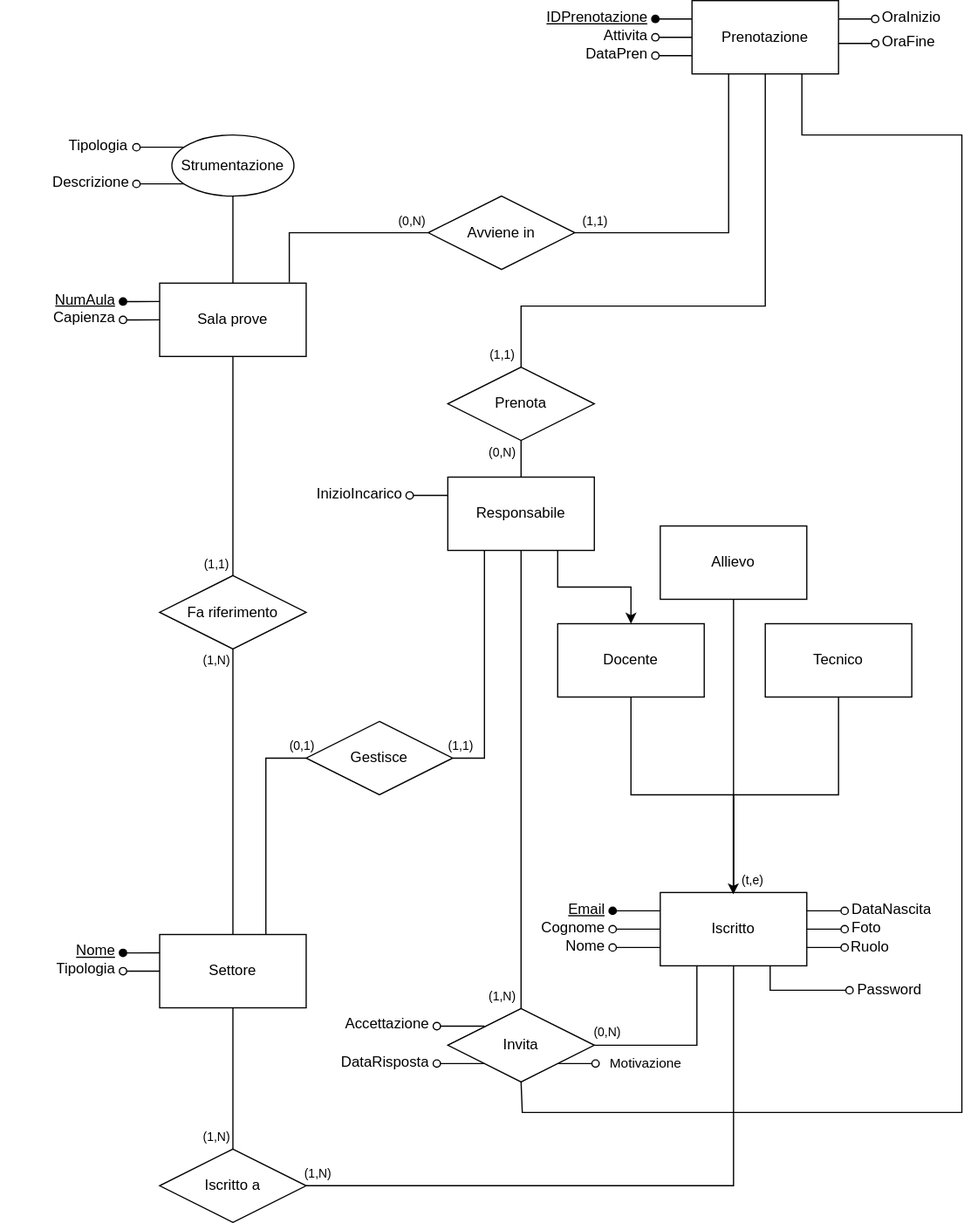
Before: schemiER/Schema-ER-NON-ristrutturato.svg, a diagram exported from draw.io (pirvllv/PWeb-Project_25-26_Ancri-Piralla-Suanno). Source tidied: cells renumbered, new cells last; positions are measured from the earlier drawing's top-left corner, leaving out a move shared by most shapes.
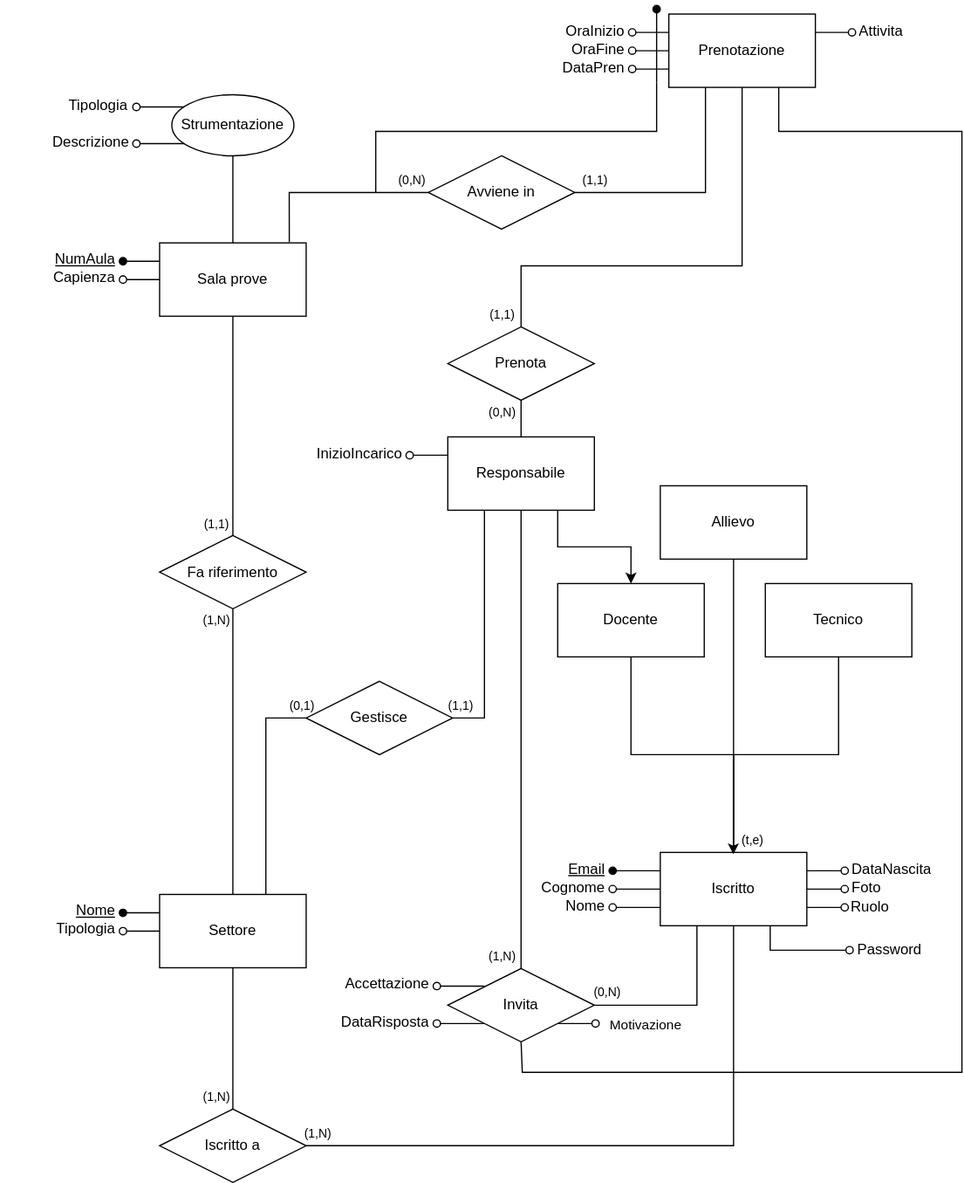
Above is the later version.

Commit message:
modificato schema ER non ristr con indicazioni prof

What changed in the source:
```diff
@@ -61,7 +61,7 @@
       <mxGeometry relative="1" as="geometry">
         <Array as="points">
           <mxPoint x="426" y="250" />
-          <mxPoint x="626" y="250" />
+          <mxPoint x="607" y="250" />
         </Array>
       </mxGeometry>
     </mxCell>
@@ -126,12 +126,12 @@
       <mxGeometry x="30" y="15" width="70" height="30" as="geometry" />
     </mxCell>
     <mxCell id="37" style="group;" parent="1" vertex="1">
-      <mxGeometry x="426" width="360" height="60" as="geometry" />
+      <mxGeometry x="407" y="44" width="360" height="60" as="geometry" />
     </mxCell>
     <mxCell id="38" style="edgeStyle=orthogonalEdgeStyle;rounded=0;jettySize=auto;html=1;entryX=1;entryY=0.25;entryDx=0;entryDy=0;endArrow=none;startFill=0;startArrow=oval;" parent="37" edge="1" source="39" target="47">
       <mxGeometry relative="1" as="geometry" />
     </mxCell>
-    <mxCell id="39" value="OraInizio" style="text;strokeColor=none;fillColor=none;spacingLeft=4;spacingRight=4;overflow=hidden;points=[[0,0.5],[1,0.5]];portConstraint=eastwest;fontSize=12;whiteSpace=wrap;html=1;align=left;" parent="37" vertex="1">
+    <mxCell id="39" value="Attivita" style="text;strokeColor=none;fillColor=none;spacingLeft=4;spacingRight=4;overflow=hidden;points=[[0,0.5],[1,0.5]];portConstraint=eastwest;fontSize=12;whiteSpace=wrap;html=1;align=left;" parent="37" vertex="1">
       <mxGeometry x="290" width="60" height="30" as="geometry" />
     </mxCell>
     <mxCell id="40" style="edgeStyle=orthogonalEdgeStyle;rounded=0;jettySize=auto;html=1;entryX=0;entryY=0.75;entryDx=0;entryDy=0;endArrow=none;startFill=0;startArrow=oval;" parent="37" edge="1" source="41" target="47">
@@ -143,24 +143,21 @@
     <mxCell id="42" style="edgeStyle=orthogonalEdgeStyle;rounded=0;jettySize=auto;html=1;entryX=0;entryY=0.5;entryDx=0;entryDy=0;endArrow=none;startFill=0;startArrow=oval;" parent="37" edge="1" source="43" target="47">
       <mxGeometry relative="1" as="geometry" />
     </mxCell>
-    <mxCell id="43" value="Attivita" style="text;strokeColor=none;fillColor=none;spacingLeft=4;spacingRight=4;overflow=hidden;points=[[0,0.5],[1,0.5]];portConstraint=eastwest;fontSize=12;whiteSpace=wrap;html=1;align=right;" parent="37" vertex="1">
-      <mxGeometry x="60" y="15" width="50" height="30" as="geometry" />
+    <mxCell id="43" value="OraFine" style="text;strokeColor=none;fillColor=none;spacingLeft=4;spacingRight=4;overflow=hidden;points=[[0,0.5],[1,0.5]];portConstraint=eastwest;fontSize=12;whiteSpace=wrap;html=1;align=right;" parent="37" vertex="1">
+      <mxGeometry x="50" y="15" width="60" height="30" as="geometry" />
     </mxCell>
-    <mxCell id="44" value="OraFine" style="text;strokeColor=none;fillColor=none;spacingLeft=4;spacingRight=4;overflow=hidden;points=[[0,0.5],[1,0.5]];portConstraint=eastwest;fontSize=12;whiteSpace=wrap;html=1;" parent="37" vertex="1">
-      <mxGeometry x="290" y="20" width="70" height="30" as="geometry" />
-    </mxCell>
-    <mxCell id="45" style="edgeStyle=orthogonalEdgeStyle;rounded=0;jettySize=auto;html=1;entryX=0;entryY=0.25;entryDx=0;entryDy=0;endArrow=none;startFill=1;startArrow=oval;" parent="37" edge="1" source="46" target="47">
-      <mxGeometry relative="1" as="geometry" />
-    </mxCell>
-    <mxCell id="46" value="&lt;u&gt;IDPrenotazione&lt;/u&gt;" style="text;strokeColor=none;fillColor=none;spacingLeft=4;spacingRight=4;overflow=hidden;points=[[0,0.5],[1,0.5]];portConstraint=eastwest;fontSize=12;whiteSpace=wrap;html=1;align=right;" parent="37" vertex="1">
-      <mxGeometry x="10" width="100" height="30" as="geometry" />
-    </mxCell>
     <mxCell id="47" value="Prenotazione" style="whiteSpace=wrap;html=1;" parent="37" vertex="1">
       <mxGeometry x="140" width="120" height="60" as="geometry" />
     </mxCell>
-    <mxCell id="48" style="edgeStyle=orthogonalEdgeStyle;rounded=0;jettySize=auto;html=1;entryX=0.998;entryY=0.584;entryDx=0;entryDy=0;entryPerimeter=0;endArrow=none;startFill=0;startArrow=oval;" parent="37" edge="1" source="44" target="47">
-      <mxGeometry relative="1" as="geometry" />
-    </mxCell>
+    <mxCell id="97" value="OraInizio" style="text;strokeColor=none;fillColor=none;spacingLeft=4;spacingRight=4;overflow=hidden;fontSize=12;whiteSpace=wrap;html=1;align=right;" parent="37" vertex="1">
+      <mxGeometry x="50" width="60" height="30" as="geometry" />
+    </mxCell>
+    <mxCell id="98" style="edgeStyle=orthogonalEdgeStyle;rounded=0;orthogonalLoop=1;jettySize=auto;html=1;entryX=0;entryY=0.5;entryDx=0;entryDy=0;endArrow=none;startFill=0;startArrow=oval;" parent="37" edge="1">
+      <mxGeometry relative="1" as="geometry">
+        <mxPoint x="110" y="15" as="sourcePoint" />
+        <mxPoint x="140" y="15" as="targetPoint" />
+      </mxGeometry>
+    </mxCell>
     <mxCell id="49" style="group;" parent="1" vertex="1">
       <mxGeometry x="30" y="758.1" width="220" height="66.2" as="geometry" />
     </mxCell>
@@ -299,8 +296,9 @@
         <Array as="points">
           <mxPoint x="427" y="910" />
           <mxPoint x="787" y="910" />
-          <mxPoint x="787" y="110" />
-          <mxPoint x="656" y="110" />
+          <mxPoint x="787" y="140" />
+          <mxPoint x="707" y="140" />
+          <mxPoint x="637" y="140" />
         </Array>
       </mxGeometry>
     </mxCell>
@@ -331,5 +329,27 @@
     <mxCell id="96" value="Descrizione" style="text;html=1;whiteSpace=wrap;strokeColor=none;fillColor=none;align=center;verticalAlign=middle;rounded=0;" parent="1" vertex="1">
       <mxGeometry x="44" y="134" width="60" height="30" as="geometry" />
     </mxCell>
+    <mxCell id="99" style="endArrow=none;html=1;rounded=0;" parent="1" edge="1">
+      <mxGeometry relative="1" as="geometry">
+        <mxPoint x="307" y="190" as="sourcePoint" />
+        <mxPoint x="537" y="100" as="targetPoint" />
+        <Array as="points">
+          <mxPoint x="307" y="140" />
+          <mxPoint x="407" y="140" />
+          <mxPoint x="507" y="140" />
+          <mxPoint x="537" y="140" />
+        </Array>
+      </mxGeometry>
+    </mxCell>
+    <mxCell id="45" style="edgeStyle=orthogonalEdgeStyle;rounded=0;orthogonalLoop=1;jettySize=auto;html=1;endArrow=none;startFill=1;startArrow=oval;" parent="1" edge="1">
+      <mxGeometry relative="1" as="geometry">
+        <mxPoint x="537" y="40" as="sourcePoint" />
+        <mxPoint x="537" y="40" as="targetPoint" />
+        <Array as="points">
+          <mxPoint x="537" y="100" />
+          <mxPoint x="537" y="100" />
+        </Array>
+      </mxGeometry>
+    </mxCell>
   </root>
 </mxGraphModel>
```
